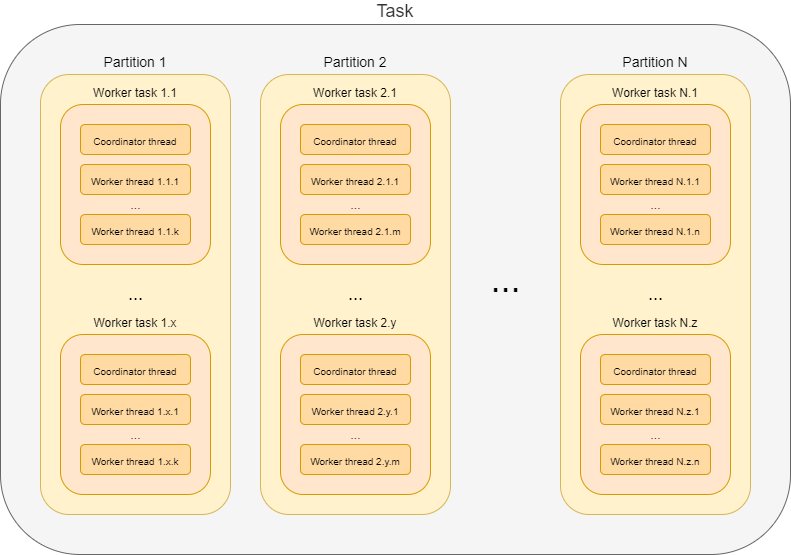
Earlier version of the draw.io export midpoint/midscale/design/tasks/task-composition-workers.png (Evolveum/docs). Source tidied: cells renumbered, new cells last; positions are measured from the earlier drawing's top-left corner, leaving out a move shared by most shapes.
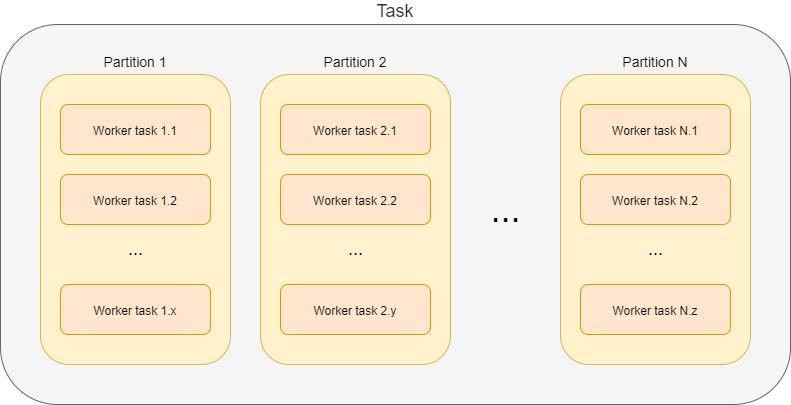
The same file after the commit.

Commit message:
Update task description

Diff of the diagram source:
```diff
@@ -3,118 +3,55 @@
     <mxCell id="0" />
     <mxCell id="1" parent="0" />
     <mxCell id="2" value="Task" style="rounded=1;whiteSpace=wrap;html=1;fontSize=18;labelPosition=center;verticalLabelPosition=top;align=center;verticalAlign=bottom;fillColor=#f5f5f5;strokeColor=#666666;fontColor=#333333;" parent="1" vertex="1">
-      <mxGeometry width="790" height="530" as="geometry" />
+      <mxGeometry width="790" height="380" as="geometry" />
     </mxCell>
     <mxCell id="3" value="&lt;font style=&quot;font-size: 14px&quot;&gt;Partition N&lt;/font&gt;" style="rounded=1;whiteSpace=wrap;html=1;fontSize=18;labelPosition=center;verticalLabelPosition=top;align=center;verticalAlign=bottom;fillColor=#fff2cc;strokeColor=#d6b656;" parent="1" vertex="1">
-      <mxGeometry x="560" y="50" width="190" height="440" as="geometry" />
+      <mxGeometry x="560" y="50" width="190" height="290" as="geometry" />
     </mxCell>
-    <mxCell id="4" value="&lt;font style=&quot;font-size: 12px&quot;&gt;Worker task N.1&lt;/font&gt;" style="rounded=1;whiteSpace=wrap;html=1;fontSize=18;labelPosition=center;verticalLabelPosition=top;align=center;verticalAlign=bottom;fillColor=#ffe6cc;strokeColor=#d79b00;" parent="1" vertex="1">
-      <mxGeometry x="580" y="80" width="150" height="160" as="geometry" />
+    <mxCell id="4" value="&lt;font style=&quot;font-size: 12px&quot;&gt;Worker task N.1&lt;/font&gt;" style="rounded=1;whiteSpace=wrap;html=1;fontSize=18;labelPosition=center;verticalLabelPosition=middle;align=center;verticalAlign=middle;fillColor=#ffe6cc;strokeColor=#d79b00;" parent="1" vertex="1">
+      <mxGeometry x="580" y="80" width="150" height="50" as="geometry" />
     </mxCell>
-    <mxCell id="5" value="&lt;font style=&quot;font-size: 12px&quot;&gt;Worker task N.z&lt;/font&gt;" style="rounded=1;whiteSpace=wrap;html=1;fontSize=18;labelPosition=center;verticalLabelPosition=top;align=center;verticalAlign=bottom;fillColor=#ffe6cc;strokeColor=#d79b00;" parent="1" vertex="1">
-      <mxGeometry x="580" y="310" width="150" height="160" as="geometry" />
+    <mxCell id="5" value="&lt;font style=&quot;font-size: 12px&quot;&gt;Worker task N.z&lt;/font&gt;" style="rounded=1;whiteSpace=wrap;html=1;fontSize=18;labelPosition=center;verticalLabelPosition=middle;align=center;verticalAlign=middle;fillColor=#ffe6cc;strokeColor=#d79b00;" parent="1" vertex="1">
+      <mxGeometry x="580" y="260" width="150" height="50" as="geometry" />
     </mxCell>
     <mxCell id="6" value="&lt;font style=&quot;font-size: 14px&quot;&gt;Partition 2&lt;/font&gt;" style="rounded=1;whiteSpace=wrap;html=1;fontSize=18;labelPosition=center;verticalLabelPosition=top;align=center;verticalAlign=bottom;fillColor=#fff2cc;strokeColor=#d6b656;" parent="1" vertex="1">
-      <mxGeometry x="260" y="50" width="190" height="440" as="geometry" />
+      <mxGeometry x="260" y="50" width="190" height="290" as="geometry" />
     </mxCell>
-    <mxCell id="7" value="&lt;font style=&quot;font-size: 12px&quot;&gt;Worker task 2.y&lt;/font&gt;" style="rounded=1;whiteSpace=wrap;html=1;fontSize=18;labelPosition=center;verticalLabelPosition=top;align=center;verticalAlign=bottom;fillColor=#ffe6cc;strokeColor=#d79b00;" parent="1" vertex="1">
-      <mxGeometry x="280" y="310" width="150" height="160" as="geometry" />
+    <mxCell id="7" value="&lt;font style=&quot;font-size: 12px&quot;&gt;Worker task 2.y&lt;/font&gt;" style="rounded=1;whiteSpace=wrap;html=1;fontSize=18;labelPosition=center;verticalLabelPosition=middle;align=center;verticalAlign=middle;fillColor=#ffe6cc;strokeColor=#d79b00;" parent="1" vertex="1">
+      <mxGeometry x="280" y="260" width="150" height="50" as="geometry" />
     </mxCell>
-    <mxCell id="8" value="&lt;font style=&quot;font-size: 12px&quot;&gt;Worker task 2.1&lt;/font&gt;" style="rounded=1;whiteSpace=wrap;html=1;fontSize=18;labelPosition=center;verticalLabelPosition=top;align=center;verticalAlign=bottom;fillColor=#ffe6cc;strokeColor=#d79b00;" parent="1" vertex="1">
-      <mxGeometry x="280" y="80" width="150" height="160" as="geometry" />
+    <mxCell id="8" value="&lt;font style=&quot;font-size: 12px&quot;&gt;Worker task 2.1&lt;/font&gt;" style="rounded=1;whiteSpace=wrap;html=1;fontSize=18;labelPosition=center;verticalLabelPosition=middle;align=center;verticalAlign=middle;fillColor=#ffe6cc;strokeColor=#d79b00;" parent="1" vertex="1">
+      <mxGeometry x="280" y="80" width="150" height="50" as="geometry" />
     </mxCell>
     <mxCell id="9" value="&lt;font style=&quot;font-size: 14px&quot;&gt;Partition 1&lt;/font&gt;" style="rounded=1;whiteSpace=wrap;html=1;fontSize=18;labelPosition=center;verticalLabelPosition=top;align=center;verticalAlign=bottom;fillColor=#fff2cc;strokeColor=#d6b656;" parent="1" vertex="1">
-      <mxGeometry x="40" y="50" width="190" height="440" as="geometry" />
+      <mxGeometry x="40" y="50" width="190" height="290" as="geometry" />
     </mxCell>
     <mxCell id="10" value="&lt;font style=&quot;font-size: 36px&quot;&gt;...&lt;/font&gt;" style="text;html=1;align=center;verticalAlign=middle;fontSize=18;" parent="1" vertex="1">
-      <mxGeometry x="480" y="240" width="50" height="30" as="geometry" />
+      <mxGeometry x="480" y="170" width="50" height="30" as="geometry" />
     </mxCell>
-    <mxCell id="11" value="&lt;font style=&quot;font-size: 12px&quot;&gt;Worker task 1.1&lt;/font&gt;" style="rounded=1;whiteSpace=wrap;html=1;fontSize=18;labelPosition=center;verticalLabelPosition=top;align=center;verticalAlign=bottom;fillColor=#ffe6cc;strokeColor=#d79b00;" parent="1" vertex="1">
-      <mxGeometry x="60" y="80" width="150" height="160" as="geometry" />
+    <mxCell id="11" value="&lt;font style=&quot;font-size: 12px&quot;&gt;Worker task 1.1&lt;/font&gt;" style="rounded=1;whiteSpace=wrap;html=1;fontSize=18;labelPosition=center;verticalLabelPosition=middle;align=center;verticalAlign=middle;fillColor=#ffe6cc;strokeColor=#d79b00;" parent="1" vertex="1">
+      <mxGeometry x="60" y="80" width="150" height="50" as="geometry" />
     </mxCell>
-    <mxCell id="12" value="&lt;font style=&quot;font-size: 10px&quot;&gt;Worker thread 1.1.1&lt;/font&gt;" style="rounded=1;whiteSpace=wrap;html=1;fontSize=18;strokeColor=#d79b00;fillColor=#FFDAA3;" parent="1" vertex="1">
-      <mxGeometry x="80" y="140" width="110" height="30" as="geometry" />
-    </mxCell>
-    <mxCell id="13" value="&lt;font style=&quot;font-size: 10px&quot;&gt;Worker thread 1.1.k&lt;/font&gt;" style="rounded=1;whiteSpace=wrap;html=1;fontSize=18;strokeColor=#d79b00;fillColor=#FFDAA3;" parent="1" vertex="1">
-      <mxGeometry x="80" y="190" width="110" height="30" as="geometry" />
-    </mxCell>
-    <mxCell id="14" value="&lt;font style=&quot;font-size: 12px;&quot;&gt;...&lt;/font&gt;" style="text;html=1;align=center;verticalAlign=middle;fontSize=12;" parent="1" vertex="1">
-      <mxGeometry x="120" y="170" width="30" height="20" as="geometry" />
-    </mxCell>
-    <mxCell id="15" value="&lt;font style=&quot;font-size: 10px&quot;&gt;Coordinator thread&lt;/font&gt;" style="rounded=1;whiteSpace=wrap;html=1;fontSize=18;strokeColor=#d79b00;fillColor=#FFDAA3;" parent="1" vertex="1">
-      <mxGeometry x="80" y="100" width="110" height="30" as="geometry" />
-    </mxCell>
     <mxCell id="16" value="&lt;font style=&quot;font-size: 18px;&quot;&gt;...&lt;/font&gt;" style="text;html=1;align=center;verticalAlign=middle;fontSize=18;" parent="1" vertex="1">
-      <mxGeometry x="120" y="255" width="30" height="30" as="geometry" />
+      <mxGeometry x="120" y="210" width="30" height="30" as="geometry" />
     </mxCell>
-    <mxCell id="17" value="&lt;font style=&quot;font-size: 12px&quot;&gt;Worker task 1.x&lt;/font&gt;" style="rounded=1;whiteSpace=wrap;html=1;fontSize=18;labelPosition=center;verticalLabelPosition=top;align=center;verticalAlign=bottom;fillColor=#ffe6cc;strokeColor=#d79b00;" parent="1" vertex="1">
-      <mxGeometry x="60" y="310" width="150" height="160" as="geometry" />
+    <mxCell id="17" value="&lt;font style=&quot;font-size: 12px&quot;&gt;Worker task 1.x&lt;/font&gt;" style="rounded=1;whiteSpace=wrap;html=1;fontSize=18;labelPosition=center;verticalLabelPosition=middle;align=center;verticalAlign=middle;fillColor=#ffe6cc;strokeColor=#d79b00;" parent="1" vertex="1">
+      <mxGeometry x="60" y="260" width="150" height="50" as="geometry" />
     </mxCell>
-    <mxCell id="18" value="&lt;font style=&quot;font-size: 10px&quot;&gt;Worker thread 1.x.1&lt;/font&gt;" style="rounded=1;whiteSpace=wrap;html=1;fontSize=18;strokeColor=#d79b00;fillColor=#FFDAA3;" parent="1" vertex="1">
-      <mxGeometry x="80" y="370" width="110" height="30" as="geometry" />
-    </mxCell>
-    <mxCell id="19" value="&lt;font style=&quot;font-size: 10px&quot;&gt;Worker thread 1.x.k&lt;/font&gt;" style="rounded=1;whiteSpace=wrap;html=1;fontSize=18;strokeColor=#d79b00;fillColor=#FFDAA3;" parent="1" vertex="1">
-      <mxGeometry x="80" y="420" width="110" height="30" as="geometry" />
-    </mxCell>
-    <mxCell id="20" value="&lt;font style=&quot;font-size: 12px;&quot;&gt;...&lt;/font&gt;" style="text;html=1;align=center;verticalAlign=middle;fontSize=12;" parent="1" vertex="1">
-      <mxGeometry x="120" y="400" width="30" height="20" as="geometry" />
-    </mxCell>
-    <mxCell id="21" value="&lt;font style=&quot;font-size: 10px&quot;&gt;Coordinator thread&lt;/font&gt;" style="rounded=1;whiteSpace=wrap;html=1;fontSize=18;strokeColor=#d79b00;fillColor=#FFDAA3;" parent="1" vertex="1">
-      <mxGeometry x="80" y="330" width="110" height="30" as="geometry" />
-    </mxCell>
-    <mxCell id="22" value="&lt;font style=&quot;font-size: 10px&quot;&gt;Worker thread 2.1.1&lt;/font&gt;" style="rounded=1;whiteSpace=wrap;html=1;fontSize=18;strokeColor=#d79b00;fillColor=#FFDAA3;" parent="1" vertex="1">
-      <mxGeometry x="300" y="140" width="110" height="30" as="geometry" />
-    </mxCell>
-    <mxCell id="23" value="&lt;font style=&quot;font-size: 10px&quot;&gt;Worker thread 2.1.m&lt;/font&gt;" style="rounded=1;whiteSpace=wrap;html=1;fontSize=18;strokeColor=#d79b00;fillColor=#FFDAA3;" parent="1" vertex="1">
-      <mxGeometry x="300" y="190" width="110" height="30" as="geometry" />
-    </mxCell>
-    <mxCell id="24" value="&lt;font style=&quot;font-size: 12px;&quot;&gt;...&lt;/font&gt;" style="text;html=1;align=center;verticalAlign=middle;fontSize=12;" parent="1" vertex="1">
-      <mxGeometry x="340" y="170" width="30" height="20" as="geometry" />
-    </mxCell>
-    <mxCell id="25" value="&lt;font style=&quot;font-size: 10px&quot;&gt;Coordinator thread&lt;/font&gt;" style="rounded=1;whiteSpace=wrap;html=1;fontSize=18;strokeColor=#d79b00;fillColor=#FFDAA3;" parent="1" vertex="1">
-      <mxGeometry x="300" y="100" width="110" height="30" as="geometry" />
-    </mxCell>
     <mxCell id="26" value="&lt;font style=&quot;font-size: 18px;&quot;&gt;...&lt;/font&gt;" style="text;html=1;align=center;verticalAlign=middle;fontSize=18;" parent="1" vertex="1">
-      <mxGeometry x="340" y="255" width="30" height="30" as="geometry" />
+      <mxGeometry x="340" y="210" width="30" height="30" as="geometry" />
     </mxCell>
-    <mxCell id="27" value="&lt;font style=&quot;font-size: 10px&quot;&gt;Worker thread 2.y.1&lt;/font&gt;" style="rounded=1;whiteSpace=wrap;html=1;fontSize=18;strokeColor=#d79b00;fillColor=#FFDAA3;" parent="1" vertex="1">
-      <mxGeometry x="300" y="370" width="110" height="30" as="geometry" />
-    </mxCell>
-    <mxCell id="28" value="&lt;font style=&quot;font-size: 10px&quot;&gt;Worker thread 2.y.m&lt;/font&gt;" style="rounded=1;whiteSpace=wrap;html=1;fontSize=18;strokeColor=#d79b00;fillColor=#FFDAA3;" parent="1" vertex="1">
-      <mxGeometry x="300" y="420" width="110" height="30" as="geometry" />
-    </mxCell>
-    <mxCell id="29" value="&lt;font style=&quot;font-size: 12px;&quot;&gt;...&lt;/font&gt;" style="text;html=1;align=center;verticalAlign=middle;fontSize=12;" parent="1" vertex="1">
-      <mxGeometry x="340" y="400" width="30" height="20" as="geometry" />
-    </mxCell>
-    <mxCell id="30" value="&lt;font style=&quot;font-size: 10px&quot;&gt;Coordinator thread&lt;/font&gt;" style="rounded=1;whiteSpace=wrap;html=1;fontSize=18;strokeColor=#d79b00;fillColor=#FFDAA3;" parent="1" vertex="1">
-      <mxGeometry x="300" y="330" width="110" height="30" as="geometry" />
-    </mxCell>
-    <mxCell id="31" value="&lt;font style=&quot;font-size: 10px&quot;&gt;Worker thread N.1.1&lt;/font&gt;" style="rounded=1;whiteSpace=wrap;html=1;fontSize=18;strokeColor=#d79b00;fillColor=#FFDAA3;" parent="1" vertex="1">
-      <mxGeometry x="600" y="140" width="110" height="30" as="geometry" />
-    </mxCell>
-    <mxCell id="32" value="&lt;font style=&quot;font-size: 10px&quot;&gt;Worker thread N.1.n&lt;/font&gt;" style="rounded=1;whiteSpace=wrap;html=1;fontSize=18;strokeColor=#d79b00;fillColor=#FFDAA3;" parent="1" vertex="1">
-      <mxGeometry x="600" y="190" width="110" height="30" as="geometry" />
-    </mxCell>
-    <mxCell id="33" value="&lt;font style=&quot;font-size: 12px;&quot;&gt;...&lt;/font&gt;" style="text;html=1;align=center;verticalAlign=middle;fontSize=12;" parent="1" vertex="1">
-      <mxGeometry x="640" y="170" width="30" height="20" as="geometry" />
-    </mxCell>
-    <mxCell id="34" value="&lt;font style=&quot;font-size: 10px&quot;&gt;Coordinator thread&lt;/font&gt;" style="rounded=1;whiteSpace=wrap;html=1;fontSize=18;strokeColor=#d79b00;fillColor=#FFDAA3;" parent="1" vertex="1">
-      <mxGeometry x="600" y="100" width="110" height="30" as="geometry" />
-    </mxCell>
     <mxCell id="35" value="&lt;font style=&quot;font-size: 18px;&quot;&gt;...&lt;/font&gt;" style="text;html=1;align=center;verticalAlign=middle;fontSize=18;" parent="1" vertex="1">
-      <mxGeometry x="640" y="255" width="30" height="30" as="geometry" />
+      <mxGeometry x="640" y="210" width="30" height="30" as="geometry" />
     </mxCell>
-    <mxCell id="36" value="&lt;font style=&quot;font-size: 10px&quot;&gt;Worker thread N.z.1&lt;/font&gt;" style="rounded=1;whiteSpace=wrap;html=1;fontSize=18;strokeColor=#d79b00;fillColor=#FFDAA3;" parent="1" vertex="1">
-      <mxGeometry x="600" y="370" width="110" height="30" as="geometry" />
-    </mxCell>
-    <mxCell id="37" value="&lt;font style=&quot;font-size: 10px&quot;&gt;Worker thread N.z.n&lt;/font&gt;" style="rounded=1;whiteSpace=wrap;html=1;fontSize=18;strokeColor=#d79b00;fillColor=#FFDAA3;" parent="1" vertex="1">
-      <mxGeometry x="600" y="420" width="110" height="30" as="geometry" />
-    </mxCell>
-    <mxCell id="38" value="&lt;font style=&quot;font-size: 12px;&quot;&gt;...&lt;/font&gt;" style="text;html=1;align=center;verticalAlign=middle;fontSize=12;" parent="1" vertex="1">
-      <mxGeometry x="640" y="400" width="30" height="20" as="geometry" />
-    </mxCell>
-    <mxCell id="39" value="&lt;font style=&quot;font-size: 10px&quot;&gt;Coordinator thread&lt;/font&gt;" style="rounded=1;whiteSpace=wrap;html=1;fontSize=18;strokeColor=#d79b00;fillColor=#FFDAA3;" parent="1" vertex="1">
-      <mxGeometry x="600" y="330" width="110" height="30" as="geometry" />
-    </mxCell>
+    <mxCell id="40" value="&lt;font style=&quot;font-size: 12px&quot;&gt;Worker task 1.2&lt;/font&gt;" style="rounded=1;whiteSpace=wrap;html=1;fontSize=18;labelPosition=center;verticalLabelPosition=middle;align=center;verticalAlign=middle;fillColor=#ffe6cc;strokeColor=#d79b00;" parent="1" vertex="1">
+      <mxGeometry x="60" y="150" width="150" height="50" as="geometry" />
+    </mxCell>
+    <mxCell id="41" value="&lt;font style=&quot;font-size: 12px&quot;&gt;Worker task 2.2&lt;/font&gt;" style="rounded=1;whiteSpace=wrap;html=1;fontSize=18;labelPosition=center;verticalLabelPosition=middle;align=center;verticalAlign=middle;fillColor=#ffe6cc;strokeColor=#d79b00;" parent="1" vertex="1">
+      <mxGeometry x="280" y="150" width="150" height="50" as="geometry" />
+    </mxCell>
+    <mxCell id="42" value="&lt;font style=&quot;font-size: 12px&quot;&gt;Worker task N.2&lt;/font&gt;" style="rounded=1;whiteSpace=wrap;html=1;fontSize=18;labelPosition=center;verticalLabelPosition=middle;align=center;verticalAlign=middle;fillColor=#ffe6cc;strokeColor=#d79b00;" parent="1" vertex="1">
+      <mxGeometry x="580" y="150" width="150" height="50" as="geometry" />
+    </mxCell>
   </root>
 </mxGraphModel>
```
